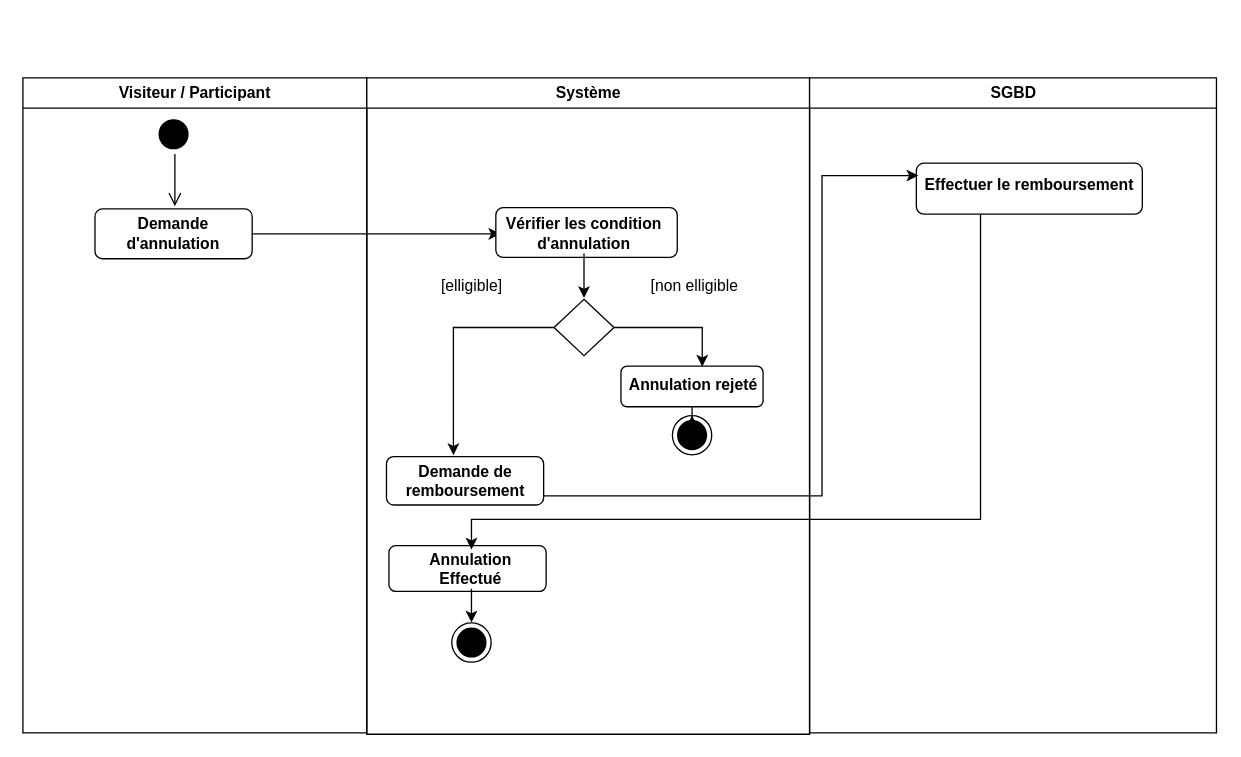
The draw.io diagram act4.drawio in louis-fresnel99/TpGasaL1, before the edit. Source tidied: cells renumbered, new cells numbered last; positions are measured from the earlier drawing's top-left corner, leaving out a move shared by most shapes. Both pictures are drawn from the tidied source at 131%, with x=0, y=0 at pixel (22, 77).
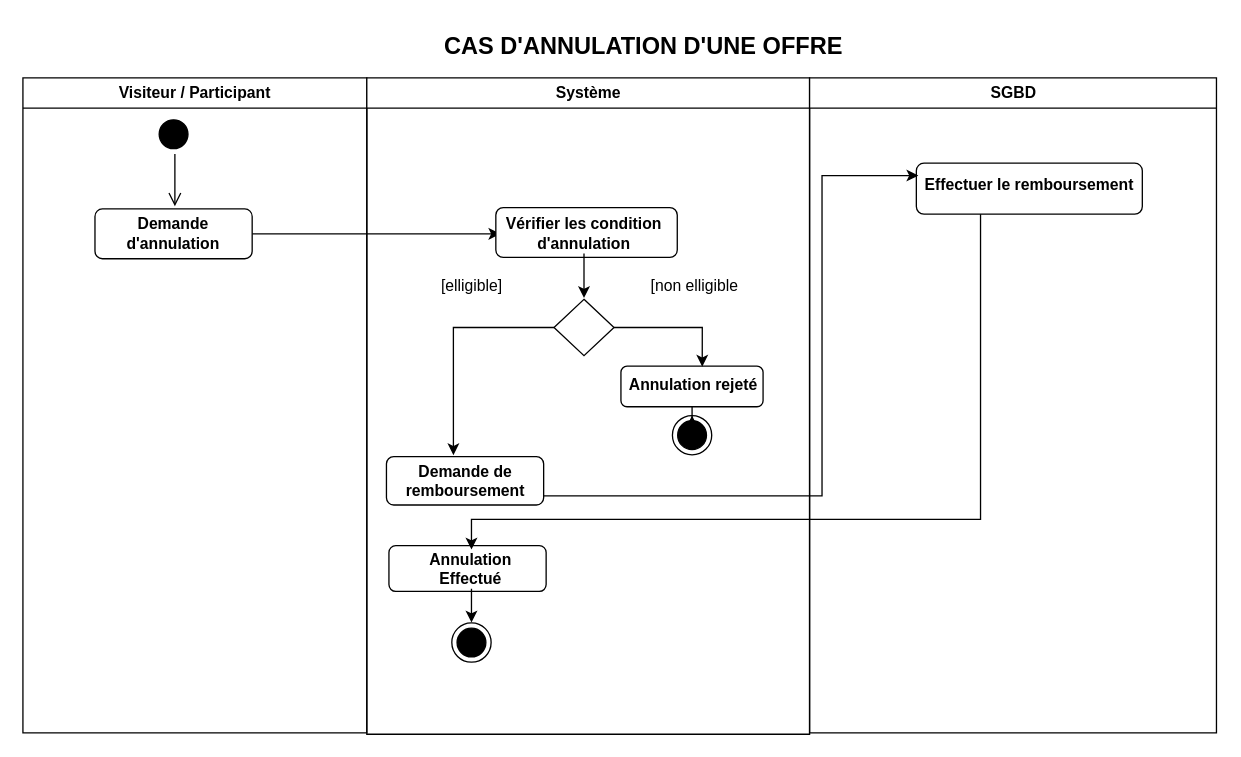
After the change.

Commit message:
Mettre à jour act4.drawio

The edit, as a diff of the source:
```diff
@@
+    <mxCell id="32" value="&lt;font style=&quot;font-size: 18px;&quot;&gt;&lt;b style=&quot;&quot;&gt;CAS D'ANNULATION D'UNE OFFRE&lt;/b&gt;&lt;/font&gt;" style="text;html=1;align=center;verticalAlign=middle;whiteSpace=wrap;rounded=0;" parent="1" vertex="1">
+      <mxGeometry x="262.5" y="-42" width="421.5" height="36" as="geometry" />
+    </mxCell>
```
